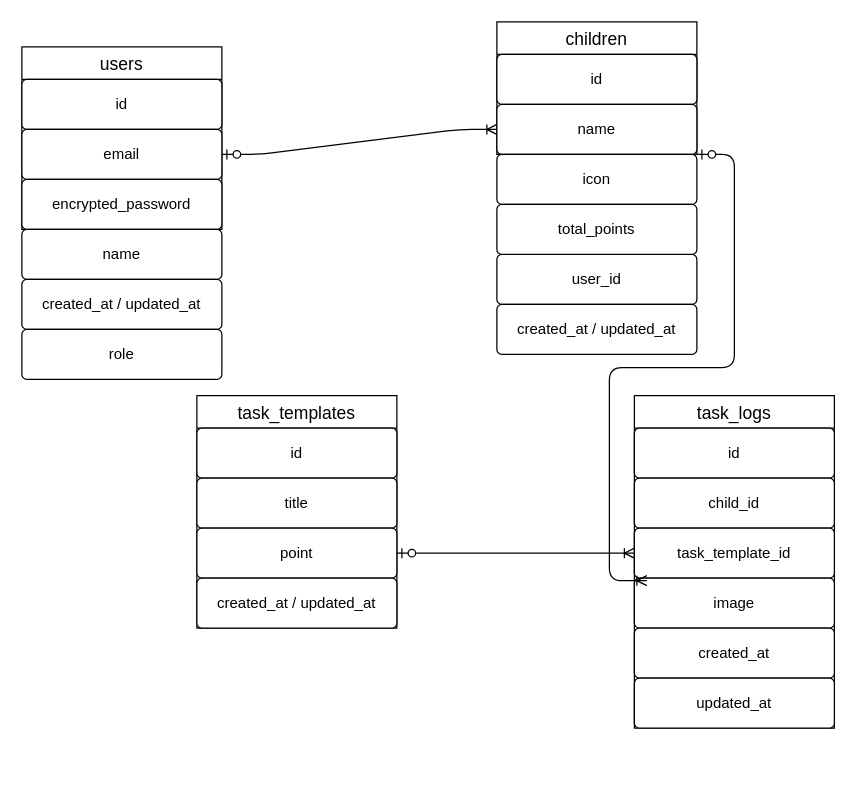
fn2025fn/tetsumemo keeps this draw.io diagram as tetsumemo.dio. Above is the earlier version. Source tidied: cells renumbered, new cells numbered last; positions are measured from the earlier drawing's top-left corner, leaving out a move shared by most shapes. Both pictures are drawn from the tidied source at 125%, with x=0, y=0 at pixel (21, 21).
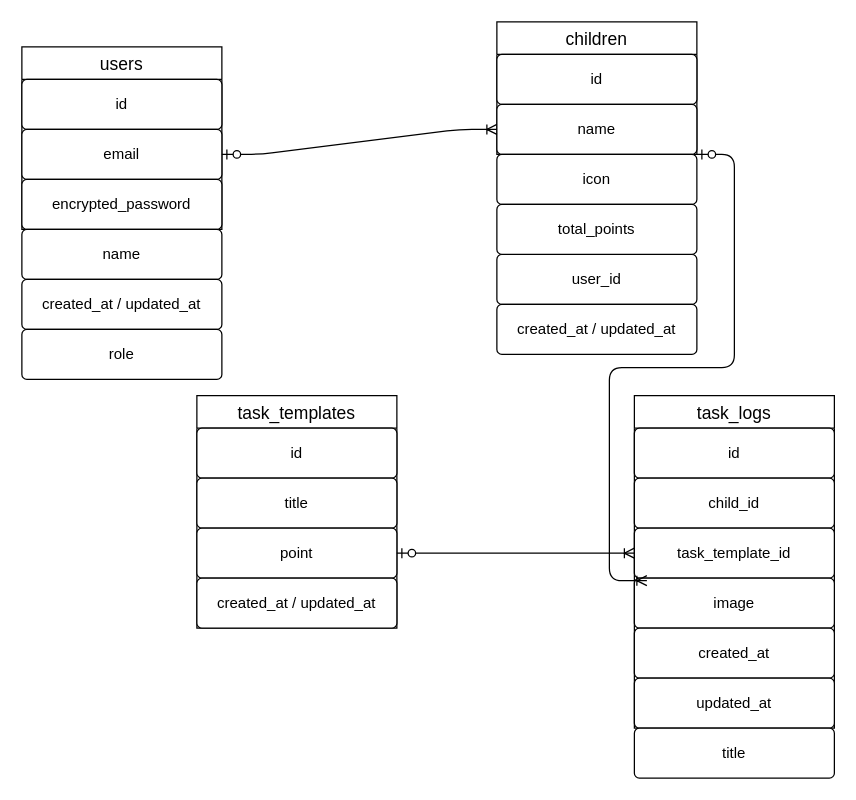
After the change.

The edit, as a diff of the source:
```diff
@@
+    <mxCell id="31" value="titl&lt;span style=&quot;background-color: transparent;&quot;&gt;e&lt;/span&gt;" style="rounded=1;arcSize=10;whiteSpace=wrap;html=1;align=center;" parent="1" vertex="1">
+      <mxGeometry x="490" y="565" width="160" height="40" as="geometry" />
+    </mxCell>
```
